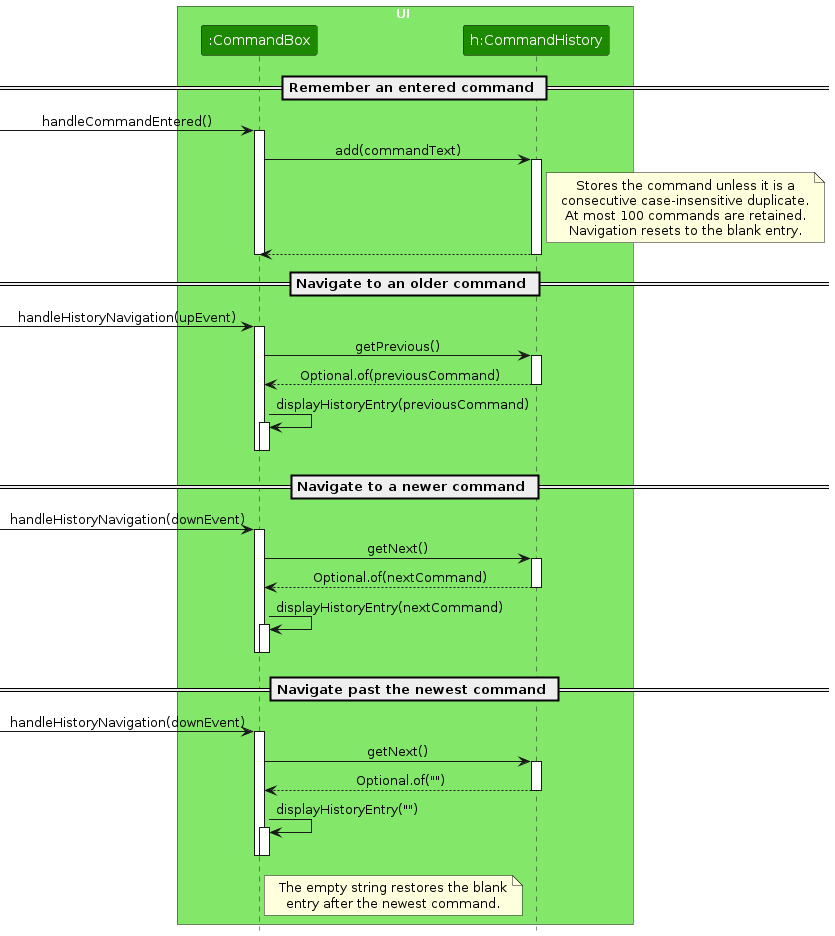
AY2627S1-CS2103T-T11-2/tp keeps this PlantUML diagram as diagrams/CommandHistorySequenceDiagram.png. Above is the earlier version. Its source is kept beside it as diagrams/CommandHistorySequenceDiagram.puml.
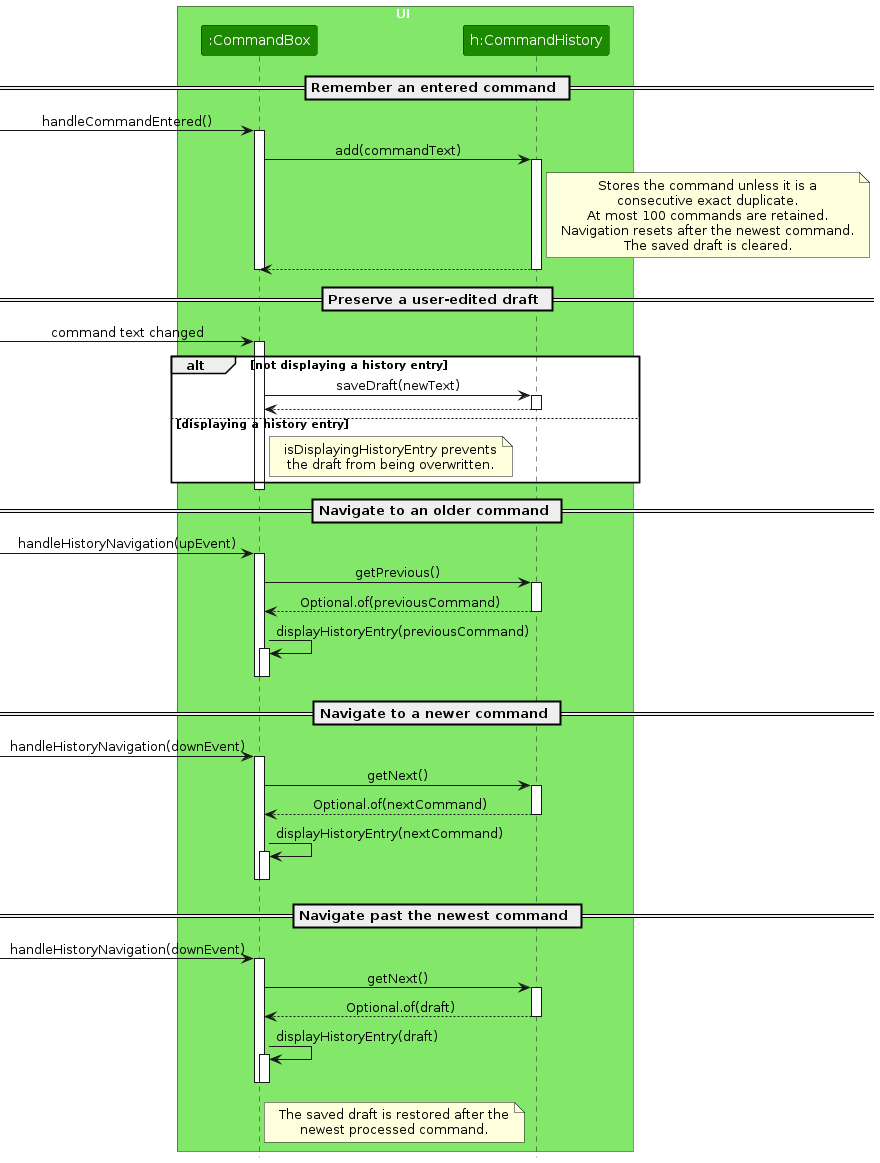
The same diagram one commit later.

Diff of the diagram source:
```diff
@@ -12,13 +12,33 @@
 activate CommandHistory
 note right of CommandHistory
 Stores the command unless it is a
-consecutive case-insensitive duplicate.
+consecutive exact duplicate.
 At most 100 commands are retained.
-Navigation resets to the blank entry.
+Navigation resets after the newest command.
+The saved draft is cleared.
 end note
 CommandHistory --> CommandBox
 deactivate CommandHistory
 deactivate CommandBox
+== Preserve a user-edited draft ==
+
+[-> CommandBox : command text changed
+activate CommandBox
+
+alt not displaying a history entry
+    CommandBox -> CommandHistory : saveDraft(newText)
+    activate CommandHistory
+    CommandHistory --> CommandBox
+    deactivate CommandHistory
+else displaying a history entry
+    note right of CommandBox
+    isDisplayingHistoryEntry prevents
+    the draft from being overwritten.
+    end note
+end
+
+deactivate CommandBox
+
 == Navigate to an older command ==
 
 [-> CommandBox : handleHistoryNavigation(upEvent)
@@ -54,15 +74,15 @@
 
 CommandBox -> CommandHistory : getNext()
 activate CommandHistory
-CommandHistory --> CommandBox : Optional.of("")
+CommandHistory --> CommandBox : Optional.of(draft)
 deactivate CommandHistory
 
-CommandBox -> CommandBox ++ : displayHistoryEntry("")
+CommandBox -> CommandBox ++ : displayHistoryEntry(draft)
 deactivate CommandBox
 
 note right of CommandBox
-The empty string restores the blank
-entry after the newest command.
+The saved draft is restored after the
+newest processed command.
 end note
 
 deactivate CommandBox
```
